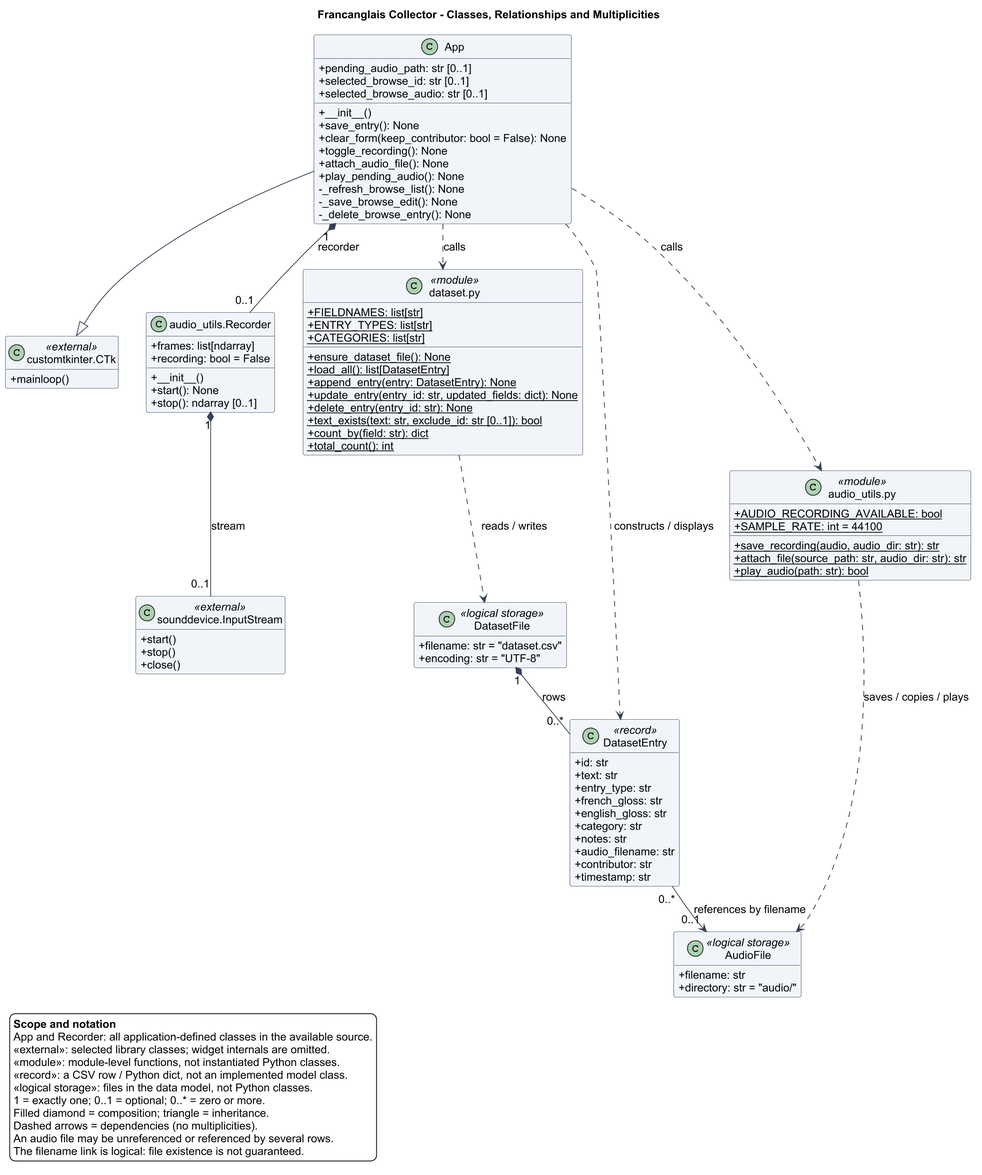
Earlier version of the PlantUML export docs/diagrams/class-domain.png (Suraku237/francanglaiscompiler).
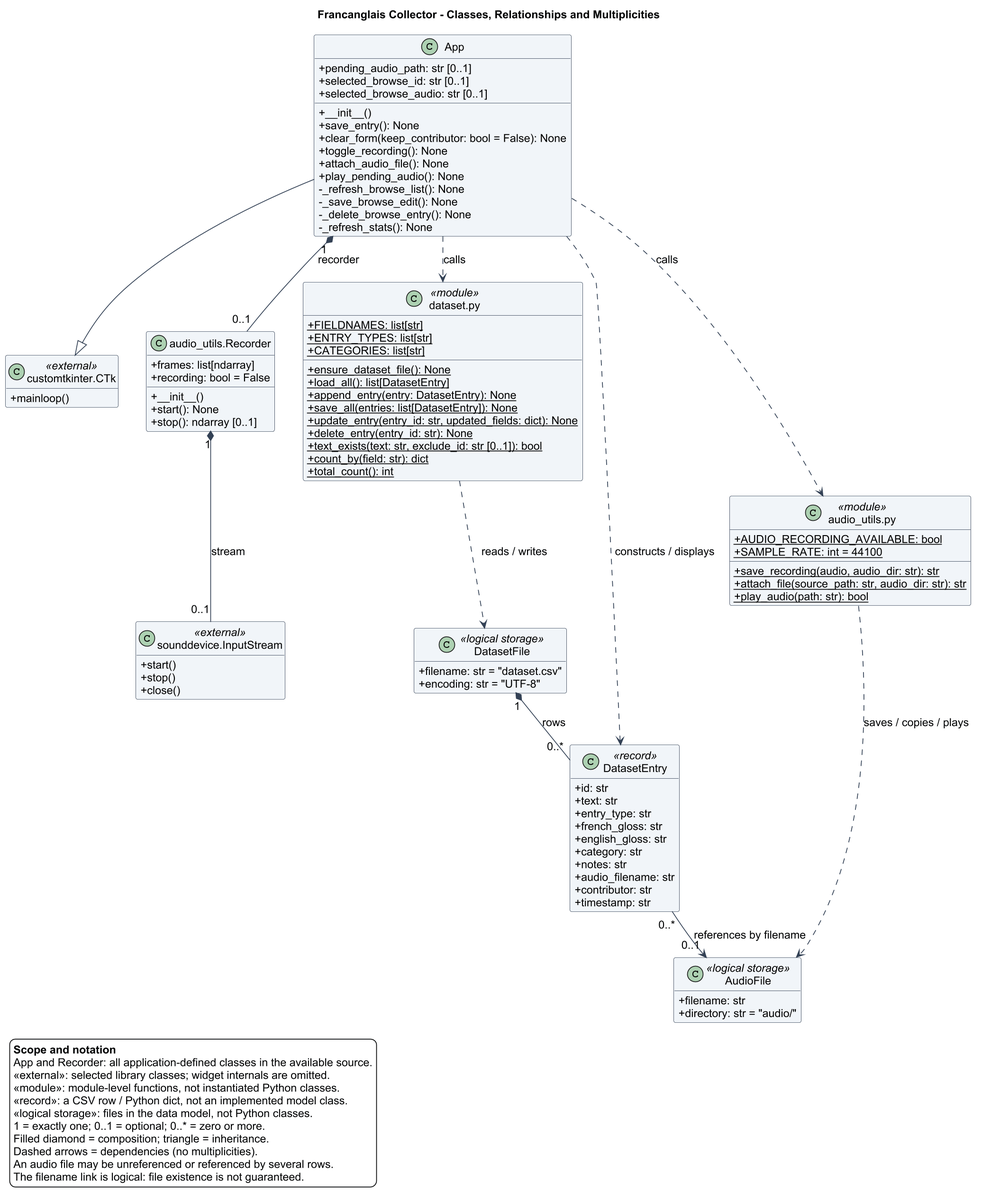
After the commit.

The edit, as a diff of the source:
```diff
@@ -1,17 +1,9 @@
 @startuml
+!include theme.iuml
 title Francanglais Collector - Classes, Relationships and Multiplicities
 top to bottom direction
-skinparam backgroundColor white
-skinparam shadowing false
-skinparam defaultFontName Arial
-skinparam defaultFontSize 14
-skinparam classAttributeIconSize 0
-skinparam classBackgroundColor #F1F5F9
-skinparam classBorderColor #334155
-skinparam ArrowColor #334155
 skinparam nodesep 35
 skinparam ranksep 40
-skinparam dpi 160
 hide empty members
 
 class "customtkinter.CTk" as CTk <<external>> {
@@ -31,6 +23,7 @@
   - _refresh_browse_list(): None
   - _save_browse_edit(): None
   - _delete_browse_entry(): None
+  - _refresh_stats(): None
 }
 
 class "audio_utils.Recorder" as Recorder {
@@ -54,6 +47,7 @@
   {static} + ensure_dataset_file(): None
   {static} + load_all(): list[DatasetEntry]
   {static} + append_entry(entry: DatasetEntry): None
+  {static} + save_all(entries: list[DatasetEntry]): None
   {static} + update_entry(entry_id: str, updated_fields: dict): None
   {static} + delete_entry(entry_id: str): None
   {static} + text_exists(text: str, exclude_id: str [0..1]): bool
```
